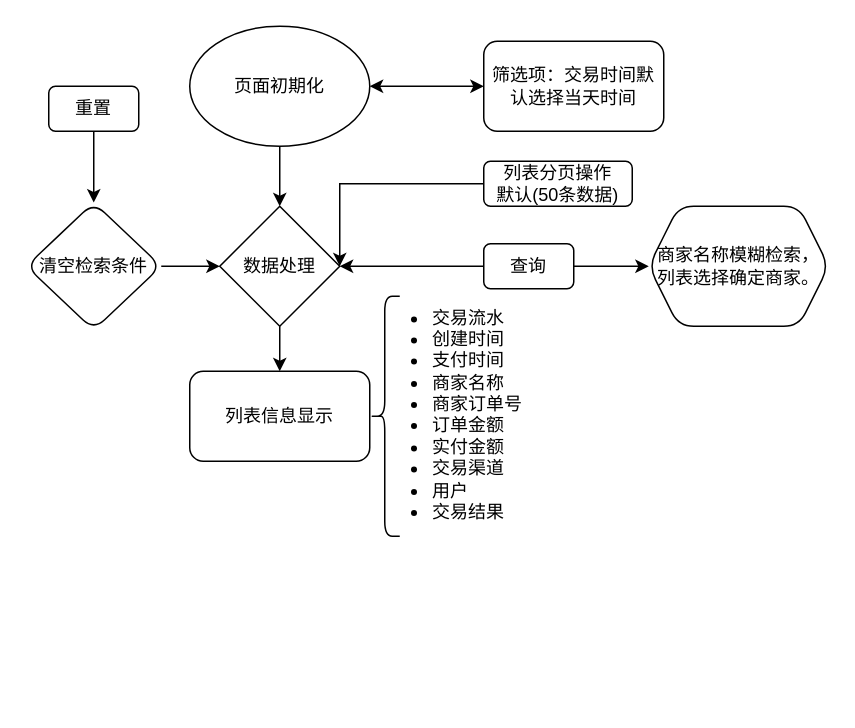
This is page "财务管理-交易流水" (1 of 3) of Untitled Diagram.drawio from webgaochao/bidianwm, a draw.io file, before an edit. Source tidied: cells renumbered, new cells numbered last; positions are measured from the earlier drawing's top-left corner, leaving out a move shared by most shapes. Both pictures are drawn from the tidied source at 150%, with x=0, y=0 at pixel (26, 26).
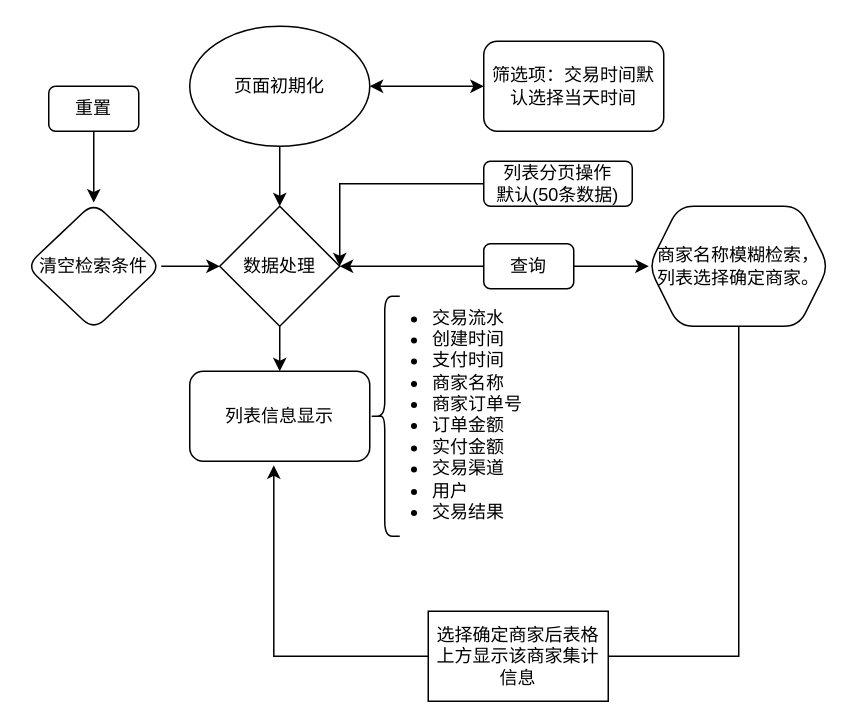
The same page after the edit.

Unchanged cells that the change refers to:
```xml
<mxCell id="6" value="列表信息显示" style="rounded=1;whiteSpace=wrap;html=1;" parent="1" vertex="1">
  <mxGeometry x="109" y="230" width="120" height="60" as="geometry" />
</mxCell>
<mxCell id="20" value="商家名称模糊检索，列表选择确定商家。" style="shape=hexagon;perimeter=hexagonPerimeter2;whiteSpace=wrap;html=1;fixedSize=1;rounded=1;" parent="1" vertex="1">
  <mxGeometry x="415" y="120" width="120" height="80" as="geometry" />
</mxCell>
```

Diff of the diagram source:
```diff
@@
+    <mxCell id="21" style="edgeStyle=elbowEdgeStyle;elbow=vertical;endArrow=classic;html=1;rounded=0;exitX=0.5;exitY=1;exitDx=0;exitDy=0;entryX=0.467;entryY=1.045;entryDx=0;entryDy=0;entryPerimeter=0;" parent="1" edge="1" source="20" target="6">
+      <mxGeometry relative="1" as="geometry">
+        <Array as="points">
+          <mxPoint x="324" y="420" />
+        </Array>
+      </mxGeometry>
+    </mxCell>
+    <mxCell id="22" value="选择确定商家后表格上方显示该商家集计信息" style="rounded=0;whiteSpace=wrap;html=1;" parent="1" vertex="1">
+      <mxGeometry x="268" y="390" width="120" height="60" as="geometry" />
+    </mxCell>
```
